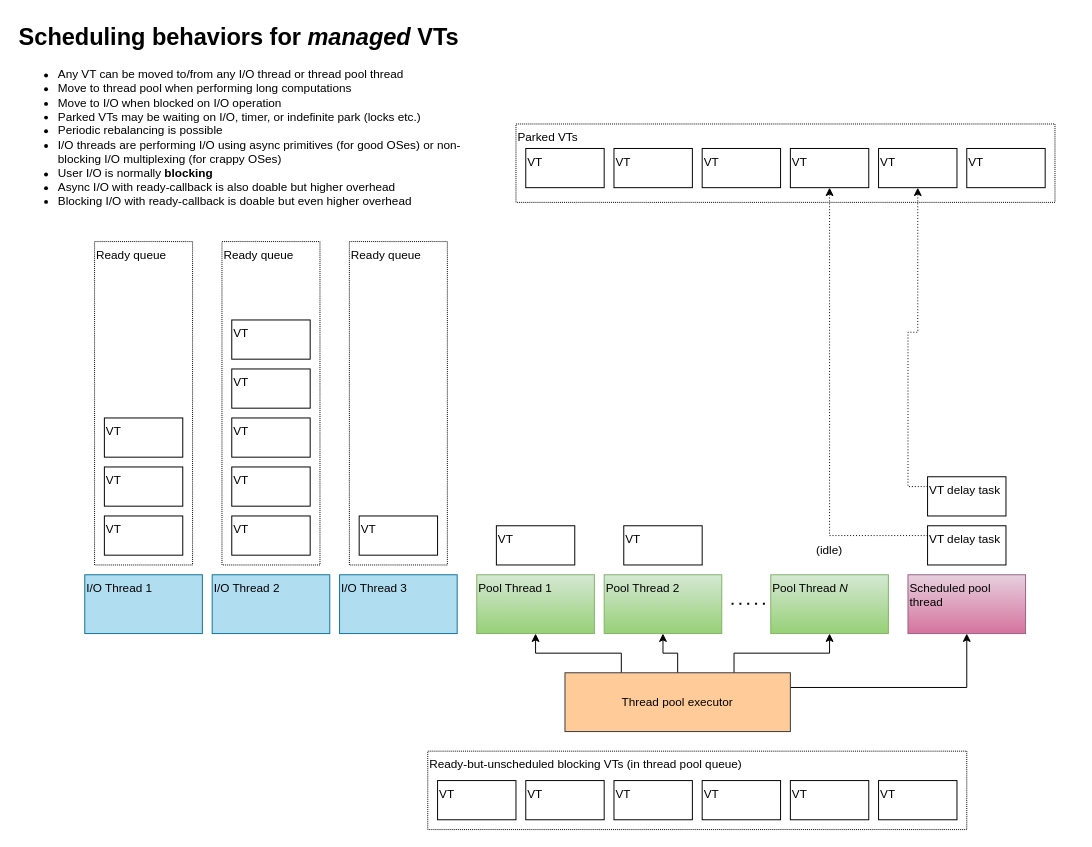
dmlloyd/diagrams keeps this draw.io diagram as page "Scheduling" (1 of 2) of Scheduling behavior.drawio. Above is the earlier version. Source tidied: cells renumbered, new cells numbered last; positions are measured from the earlier drawing's top-left corner, leaving out a move shared by most shapes. Both pictures are drawn from the tidied source at 98%, with x=0, y=0 at pixel (17, 17).
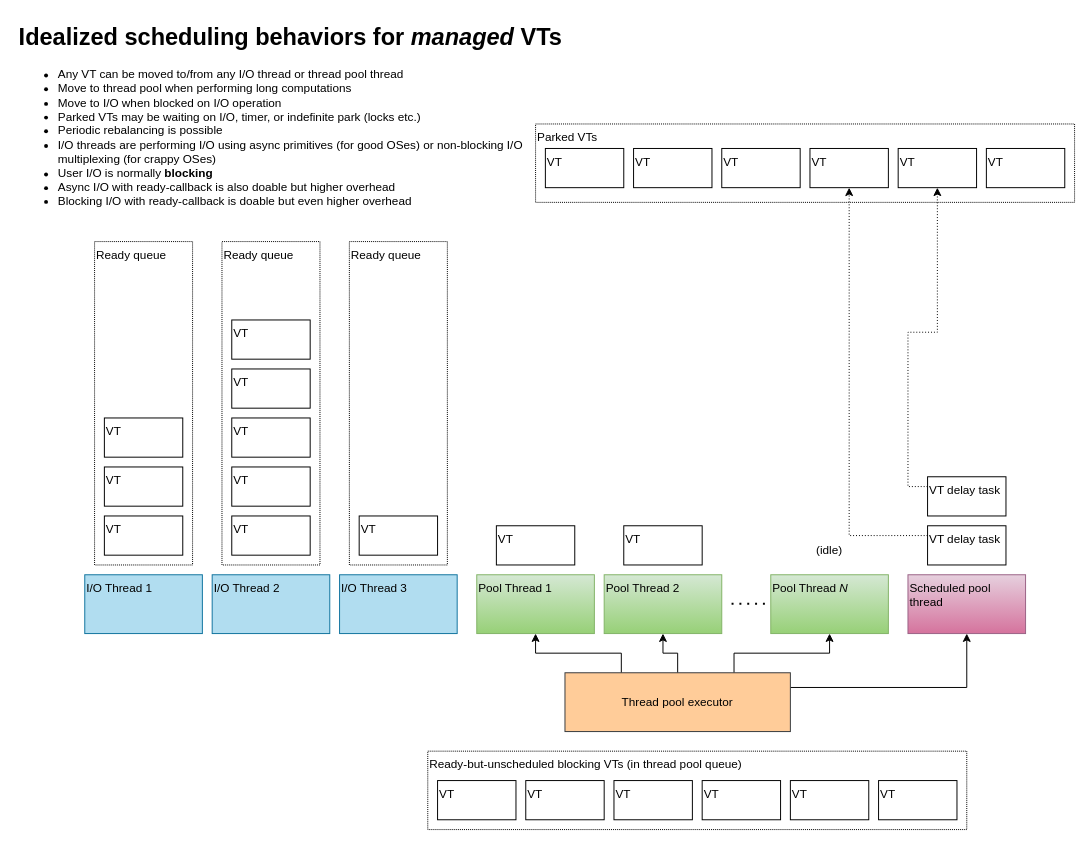
Above is the later version.

What changed in the source:
```diff
@@
+    <mxCell id="30" value="Parked VTs" style="rounded=0;whiteSpace=wrap;html=1;fillColor=none;align=left;verticalAlign=top;dashed=1;dashPattern=1 1;" parent="1" vertex="1">
+      <mxGeometry x="529" y="109" width="550" height="80" as="geometry" />
+    </mxCell>
@@
     <mxCell id="29" value="VT" style="rounded=0;whiteSpace=wrap;html=1;fillColor=none;align=left;verticalAlign=top;" parent="1" vertex="1">
-      <mxGeometry x="519" y="134" width="80" height="40" as="geometry" />
+      <mxGeometry x="539" y="134" width="80" height="40" as="geometry" />
     </mxCell>
-    <mxCell id="30" value="Parked VTs" style="rounded=0;whiteSpace=wrap;html=1;fillColor=none;align=left;verticalAlign=top;dashed=1;dashPattern=1 1;" parent="1" vertex="1">
-      <mxGeometry x="509" y="109" width="550" height="80" as="geometry" />
-    </mxCell>
     <mxCell id="31" value="VT" style="rounded=0;whiteSpace=wrap;html=1;fillColor=none;align=left;verticalAlign=top;" parent="1" vertex="1">
-      <mxGeometry x="609" y="134" width="80" height="40" as="geometry" />
+      <mxGeometry x="629" y="134" width="80" height="40" as="geometry" />
     </mxCell>
     <mxCell id="32" value="VT" style="rounded=0;whiteSpace=wrap;html=1;fillColor=none;align=left;verticalAlign=top;" parent="1" vertex="1">
-      <mxGeometry x="699" y="134" width="80" height="40" as="geometry" />
+      <mxGeometry x="719" y="134" width="80" height="40" as="geometry" />
     </mxCell>
     <mxCell id="33" value="VT" style="rounded=0;whiteSpace=wrap;html=1;fillColor=none;align=left;verticalAlign=top;" parent="1" vertex="1">
-      <mxGeometry x="789" y="134" width="80" height="40" as="geometry" />
+      <mxGeometry x="809" y="134" width="80" height="40" as="geometry" />
     </mxCell>
     <mxCell id="34" value="VT" style="rounded=0;whiteSpace=wrap;html=1;fillColor=none;align=left;verticalAlign=top;" parent="1" vertex="1">
-      <mxGeometry x="879" y="134" width="80" height="40" as="geometry" />
+      <mxGeometry x="899" y="134" width="80" height="40" as="geometry" />
     </mxCell>
     <mxCell id="35" value="VT" style="rounded=0;whiteSpace=wrap;html=1;fillColor=none;align=left;verticalAlign=top;" parent="1" vertex="1">
-      <mxGeometry x="969" y="134" width="80" height="40" as="geometry" />
+      <mxGeometry x="989" y="134" width="80" height="40" as="geometry" />
     </mxCell>
@@
-    <mxCell id="42" value="&lt;h1 style=&quot;margin-top: 0px;&quot;&gt;Scheduling behaviors for &lt;i&gt;managed&lt;/i&gt;&amp;nbsp;VTs&lt;/h1&gt;&lt;div&gt;&lt;ul&gt;&lt;li&gt;Any VT can be moved to/from any I/O thread or thread pool thread&lt;/li&gt;&lt;li&gt;Move to thread pool when performing long computations&lt;/li&gt;&lt;li&gt;Move to I/O when blocked on I/O operation&lt;/li&gt;&lt;li&gt;Parked VTs may be waiting on I/O, timer, or indefinite park (locks etc.)&lt;/li&gt;&lt;li&gt;Periodic rebalancing is possible&lt;/li&gt;&lt;li&gt;I/O threads are performing I/O using async primitives (for good OSes) or non-blocking I/O multiplexing (for crappy OSes)&lt;/li&gt;&lt;li&gt;User I/O is normally &lt;b&gt;blocking&lt;/b&gt;&lt;/li&gt;&lt;li&gt;Async I/O with ready-callback is also doable but higher overhead&lt;/li&gt;&lt;li&gt;Blocking I/O with ready-callback is doable but even higher overhead&lt;/li&gt;&lt;/ul&gt;&lt;/div&gt;" style="text;html=1;whiteSpace=wrap;overflow=hidden;rounded=0;" parent="1" vertex="1">
-      <mxGeometry width="490" height="210" as="geometry" />
+    <mxCell id="42" value="&lt;h1 style=&quot;margin-top: 0px;&quot;&gt;Idealized scheduling behaviors for &lt;i&gt;managed&lt;/i&gt;&amp;nbsp;VTs&lt;/h1&gt;&lt;div&gt;&lt;ul&gt;&lt;li&gt;Any VT can be moved to/from any I/O thread or thread pool thread&lt;/li&gt;&lt;li&gt;Move to thread pool when performing long computations&lt;/li&gt;&lt;li&gt;Move to I/O when blocked on I/O operation&lt;/li&gt;&lt;li&gt;Parked VTs may be waiting on I/O, timer, or indefinite park (locks etc.)&lt;/li&gt;&lt;li&gt;Periodic rebalancing is possible&lt;/li&gt;&lt;li&gt;I/O threads are performing I/O using async primitives (for good OSes) or non-blocking I/O multiplexing (for crappy OSes)&lt;/li&gt;&lt;li&gt;User I/O is normally &lt;b&gt;blocking&lt;/b&gt;&lt;/li&gt;&lt;li&gt;Async I/O with ready-callback is also doable but higher overhead&lt;/li&gt;&lt;li&gt;Blocking I/O with ready-callback is doable but even higher overhead&lt;/li&gt;&lt;/ul&gt;&lt;/div&gt;" style="text;html=1;whiteSpace=wrap;overflow=hidden;rounded=0;" parent="1" vertex="1">
+      <mxGeometry width="569" height="210" as="geometry" />
     </mxCell>
```
